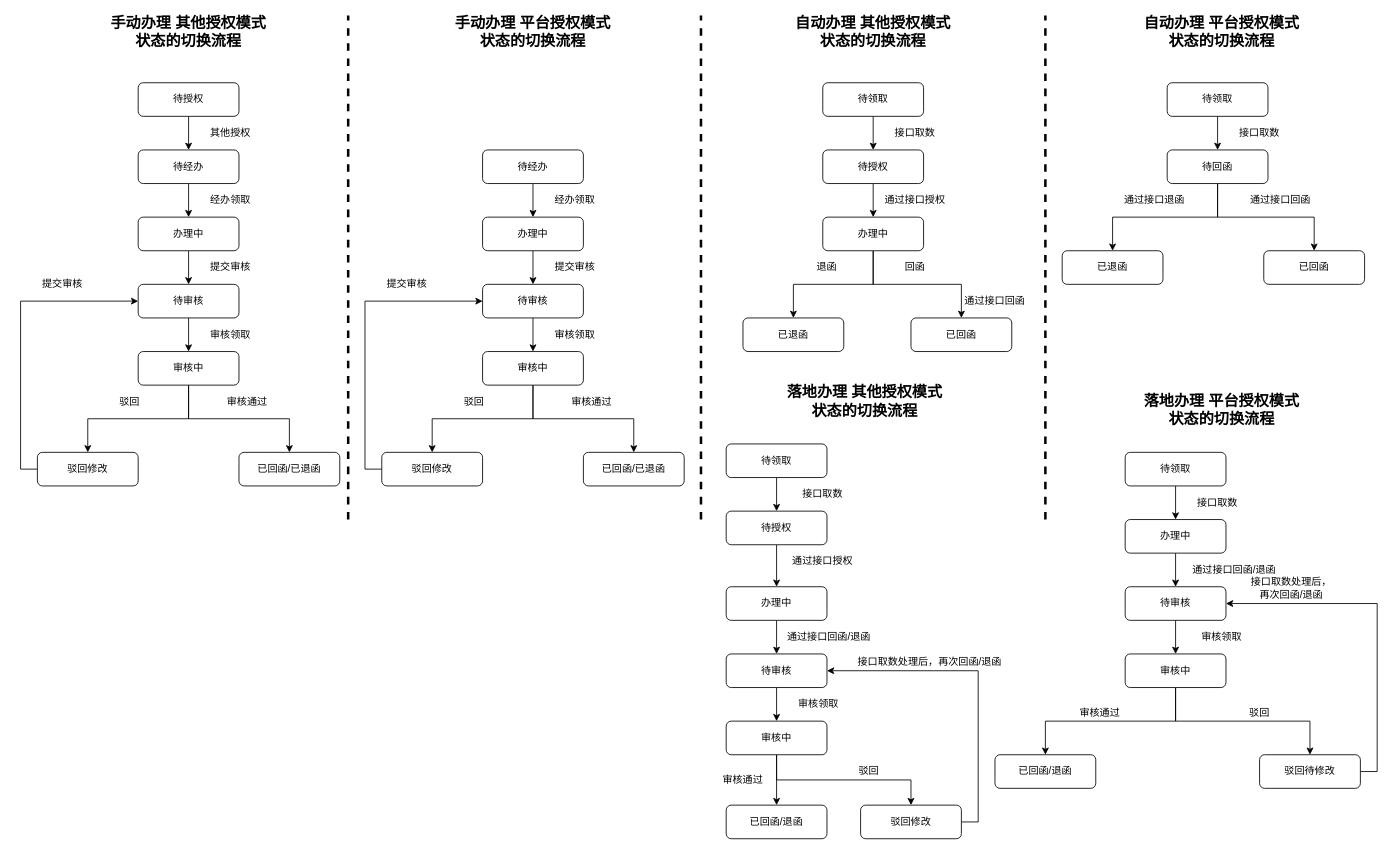
Earlier version of the draw.io diagram 未命名绘图.drawio (pingguo002/iconomi). Source tidied: cells renumbered, new cells numbered last; positions are measured from the earlier drawing's top-left corner, leaving out a move shared by most shapes. Both pictures are drawn from the tidied source at 84%, with x=0, y=0 at pixel (37, 15).
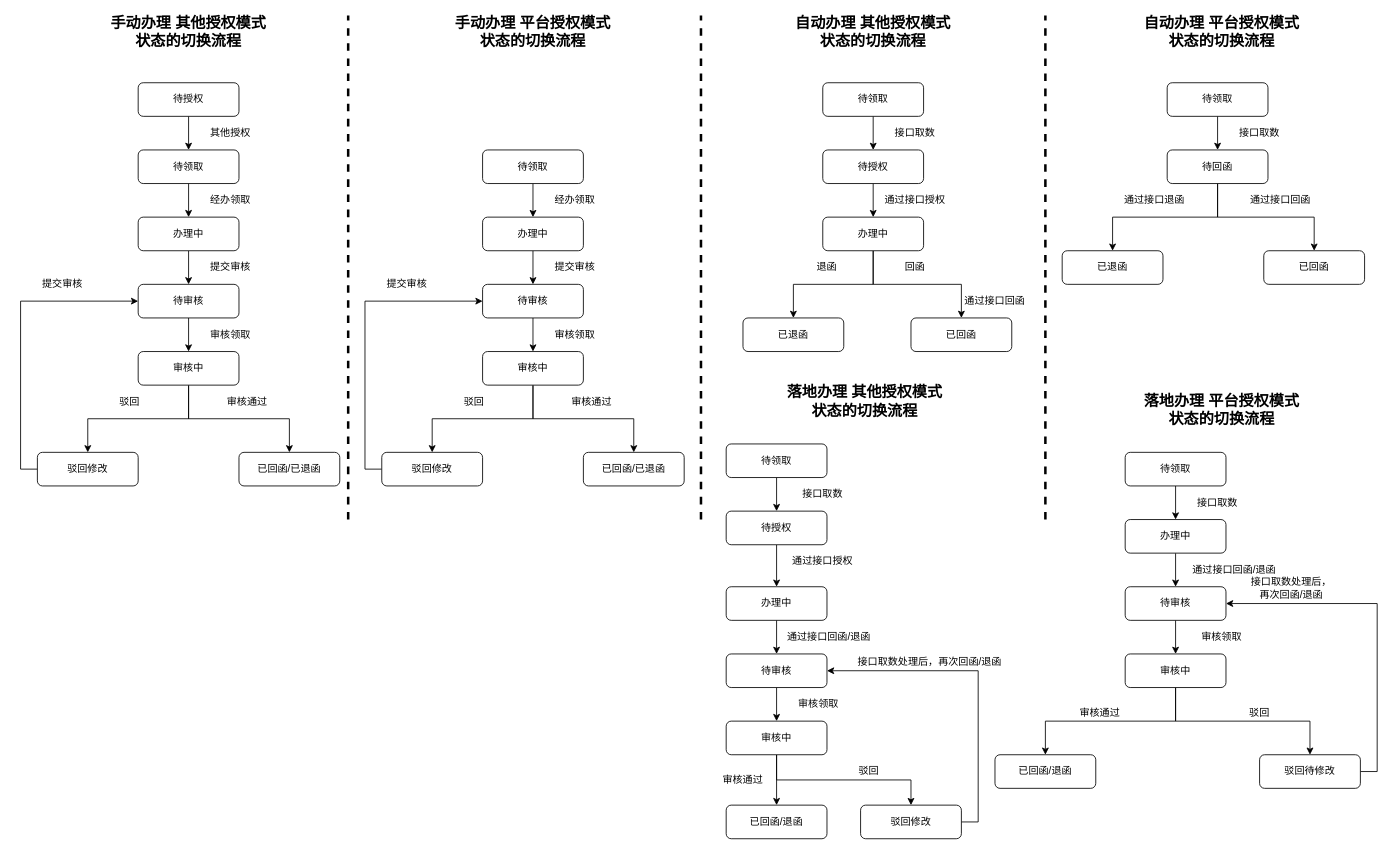
Above is the later version.

Commit message:
更新未命名绘图.drawio

What changed in the source:
```diff
@@
-    <mxCell id="5" value="待经办" style="rounded=1;whiteSpace=wrap;html=1;" parent="1" vertex="1">
+    <mxCell id="5" value="待领取" style="rounded=1;whiteSpace=wrap;html=1;" parent="1" vertex="1">
       <mxGeometry x="120" y="160" width="120" height="40" as="geometry" />
     </mxCell>
@@
-    <mxCell id="25" value="待经办" style="rounded=1;whiteSpace=wrap;html=1;" parent="1" vertex="1">
+    <mxCell id="25" value="待领取" style="rounded=1;whiteSpace=wrap;html=1;" parent="1" vertex="1">
       <mxGeometry x="530" y="160" width="120" height="40" as="geometry" />
     </mxCell>
```
